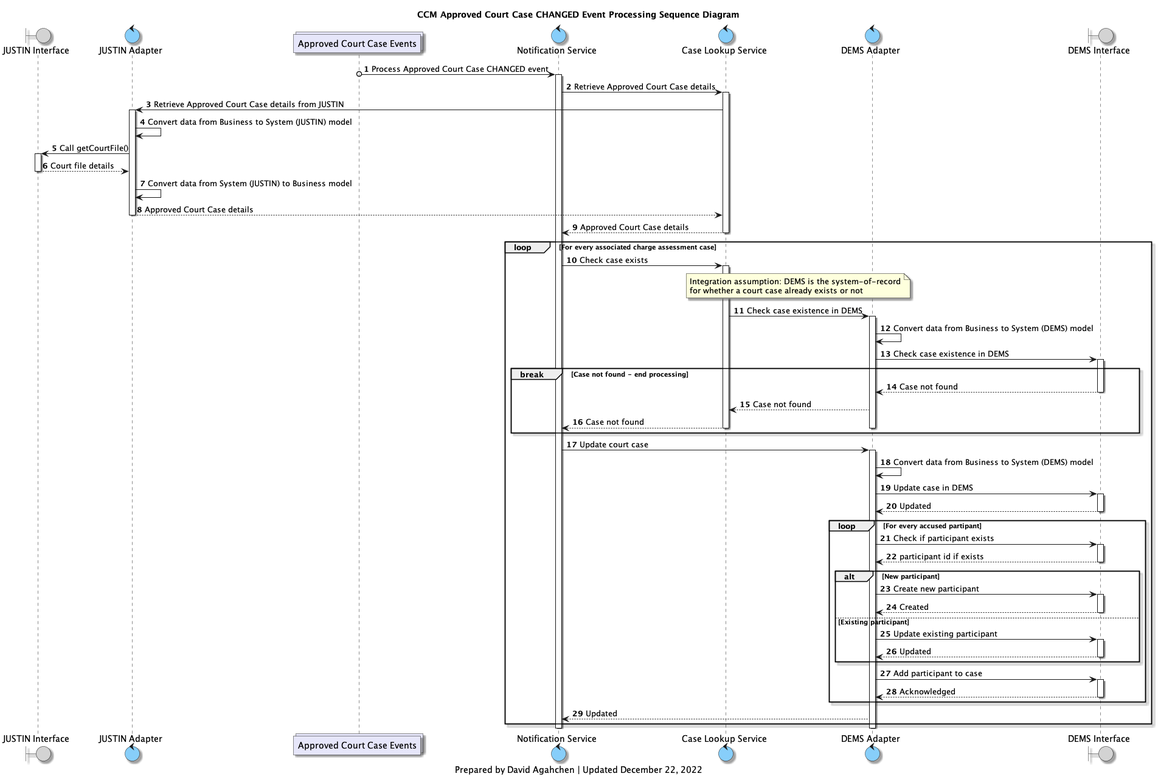
This is diagrams/img/ccm_approved_court_case_changed_processing_sequence_diagram.png from bcgov/jpss-jade-ccm, a PlantUML export, as it was before one commit.
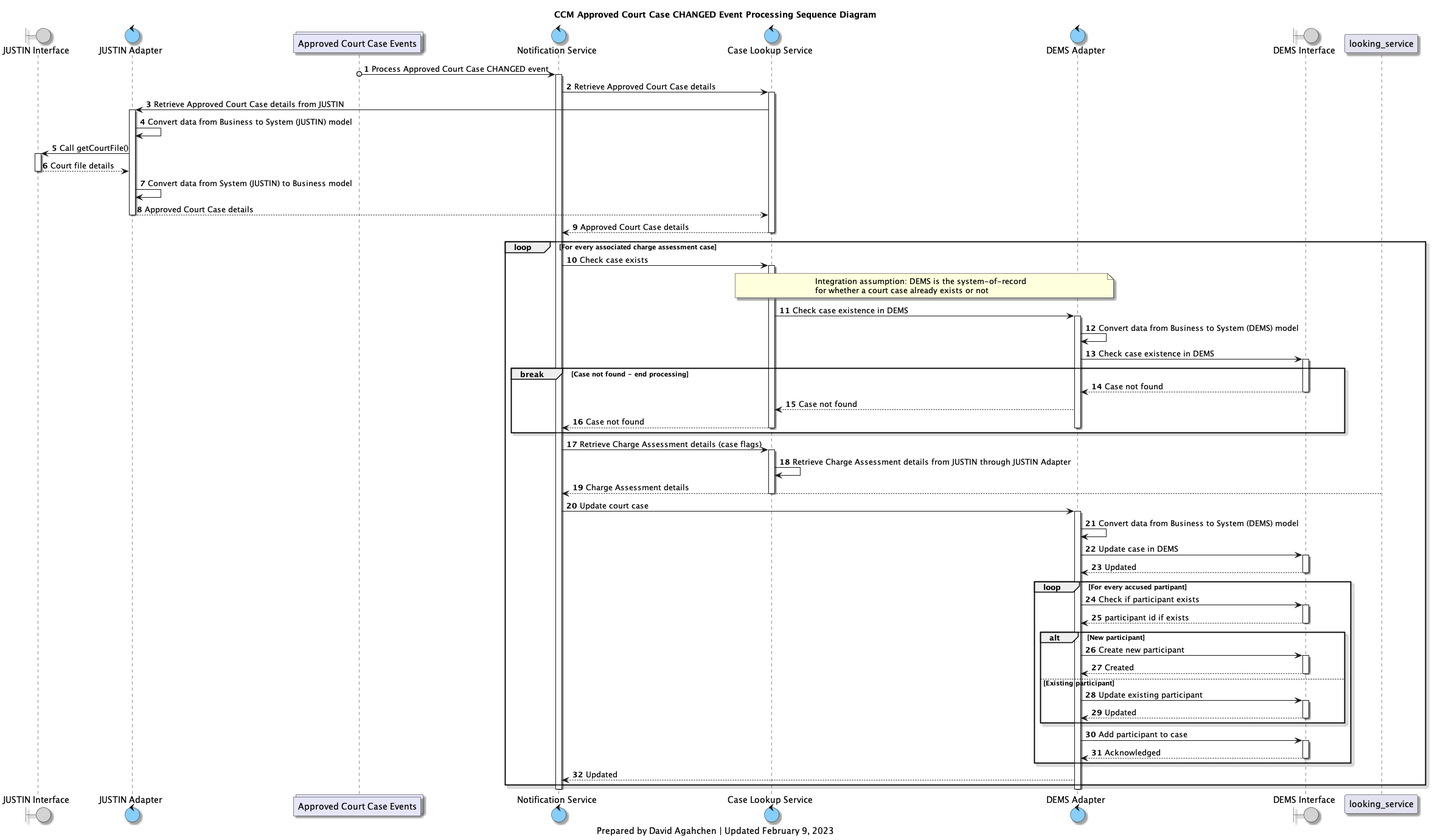
Above is the later version.

Commit message:
approved court case changed sequence diagram

Change to the diagram source:
```diff
@@ -63,6 +63,12 @@
     deactivate d_adapter
     end break
 
+    notification_service -> lookup_service: Retrieve Charge Assessment details (case flags)
+    activate lookup_service
+    lookup_service -> lookup_service: Retrieve Charge Assessment details from JUSTIN through JUSTIN Adapter
+    looking_service --> notification_service: Charge Assessment details
+    deactivate lookup_service
+
     notification_service -> d_adapter: Update court case
     activate d_adapter
     d_adapter -> d_adapter: Convert data from Business to System (DEMS) model
@@ -101,6 +107,6 @@
 deactivate notification_service
 
 caption
-Prepared by David Agahchen | Updated December 22, 2022
+Prepared by David Agahchen | Updated February 9, 2023
 end caption
 @enduml
```
